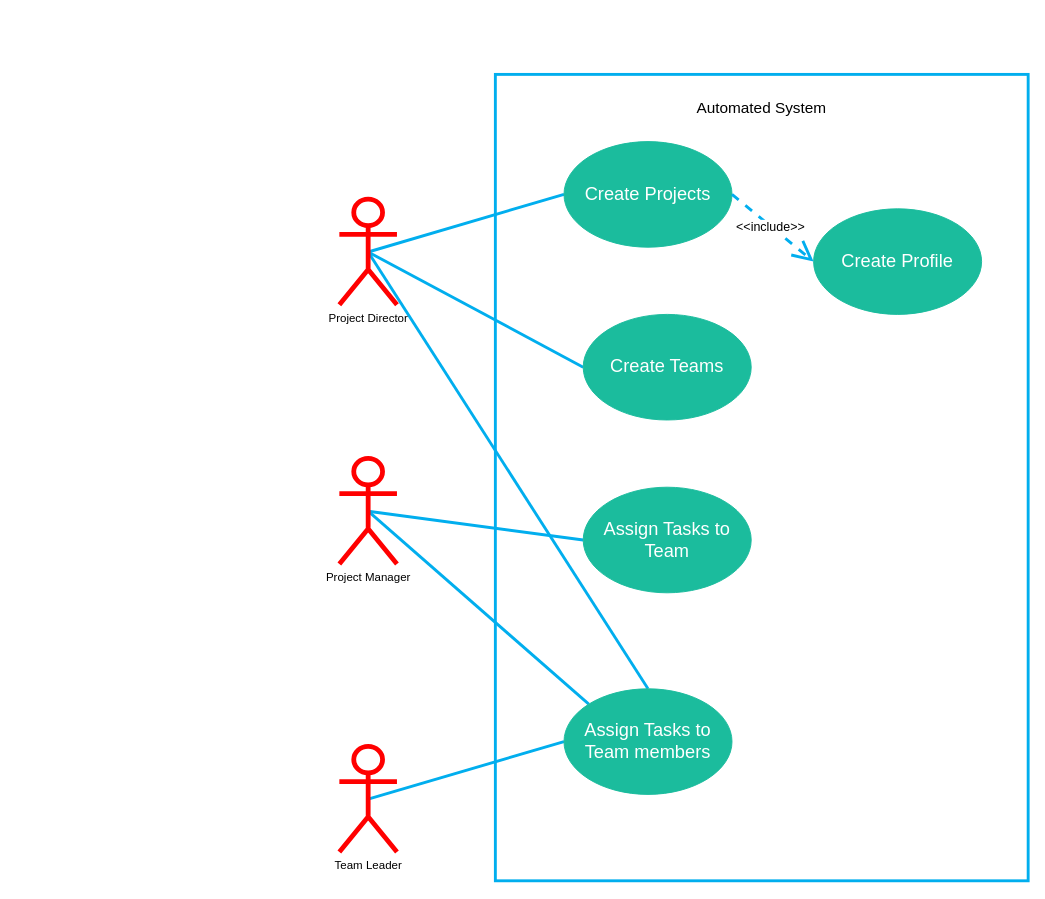
Earlier version of the draw.io diagram page "3" (3 of 4) of flowchartfinals.drawio (itsmerims/flowcharts). Source tidied: cells renumbered, new cells numbered last; positions are measured from the earlier drawing's top-left corner, leaving out a move shared by most shapes. Both pictures are drawn from the tidied source at 96%, with x=0, y=0 at pixel (339, 74).
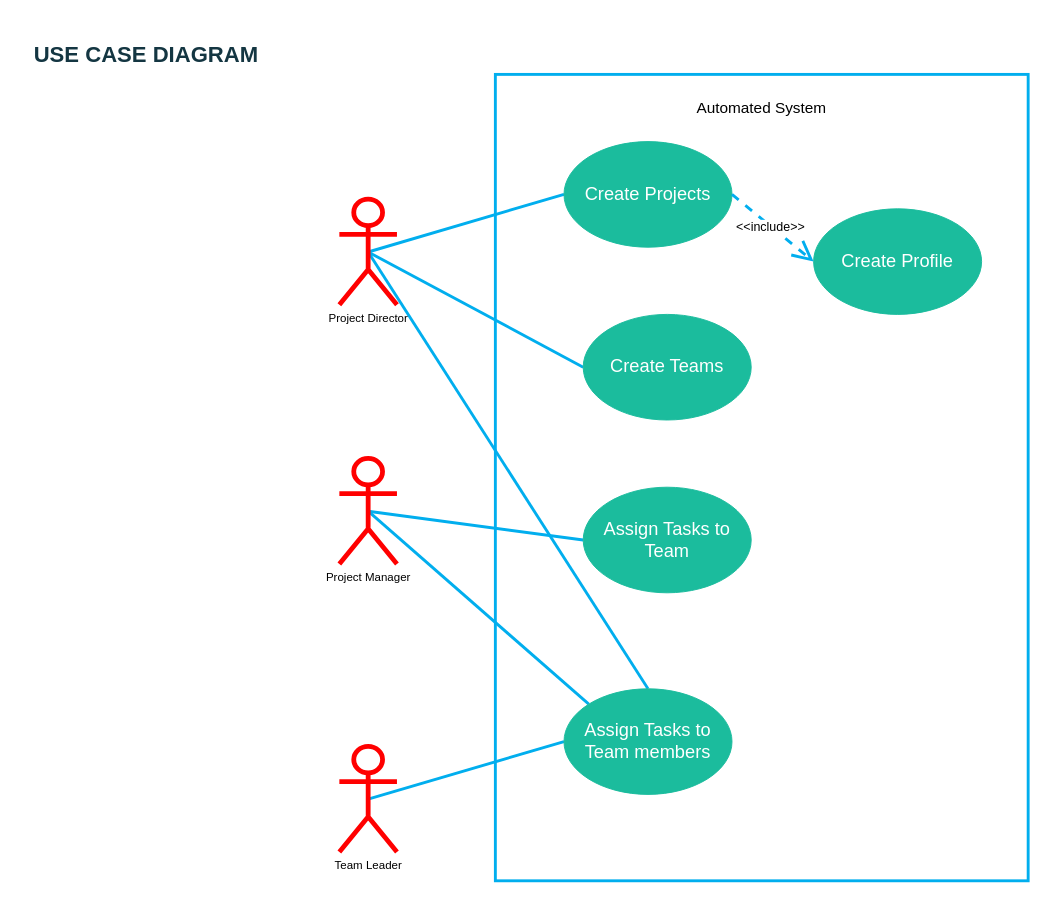
After the change.

Diff of the diagram source:
```diff
@@
 <mxGraphModel>
   <root>
     <mxCell id="0" />
     <mxCell id="1" parent="0" />
     <mxCell id="2" style="rounded=0;whiteSpace=wrap;html=1;fillColor=none;fontSize=11;strokeColor=#01aeee;strokeWidth=3;labelBackgroundColor=#2a2a2a;endArrow=classic;" parent="1" vertex="1">
       <mxGeometry x="162.5" width="555" height="840" as="geometry" />
     </mxCell>
     <mxCell id="3" style="jettySize=auto;html=1;exitX=0.5;exitY=0.5;exitDx=0;exitDy=0;exitPerimeter=0;entryX=0;entryY=0.5;entryDx=0;entryDy=0;strokeWidth=3;strokeColor=#01aeee;rounded=0;endArrow=none;endFill=0;" parent="1" edge="1" source="6" target="12">
       <mxGeometry relative="1" as="geometry" />
     </mxCell>
     <mxCell id="4" style="edgeStyle=none;rounded=0;jettySize=auto;html=1;exitX=0.5;exitY=0.5;exitDx=0;exitDy=0;exitPerimeter=0;entryX=0;entryY=0.5;entryDx=0;entryDy=0;strokeWidth=3;strokeColor=#01aeee;endFill=0;endArrow=none;" parent="1" edge="1" source="6" target="13">
       <mxGeometry relative="1" as="geometry" />
     </mxCell>
     <mxCell id="5" style="edgeStyle=none;rounded=0;jettySize=auto;html=1;exitX=0.5;exitY=0.5;exitDx=0;exitDy=0;exitPerimeter=0;entryX=0.5;entryY=0;entryDx=0;entryDy=0;strokeWidth=3;strokeColor=#01aeee;endFill=0;endArrow=none;" parent="1" edge="1" source="6" target="15">
       <mxGeometry relative="1" as="geometry" />
     </mxCell>
     <mxCell id="6" value="Project Director" style="shape=umlActor;verticalLabelPosition=bottom;verticalAlign=top;html=1;fillColor=default;strokeColor=#FF0000;strokeWidth=5;" parent="1" vertex="1">
       <mxGeometry y="130" width="60" height="110" as="geometry" />
     </mxCell>
     <mxCell id="7" style="edgeStyle=none;rounded=0;jettySize=auto;html=1;exitX=0.5;exitY=0.5;exitDx=0;exitDy=0;exitPerimeter=0;entryX=0;entryY=0.5;entryDx=0;entryDy=0;strokeWidth=3;strokeColor=#01aeee;endFill=0;endArrow=none;" parent="1" edge="1" source="9" target="14">
       <mxGeometry relative="1" as="geometry" />
     </mxCell>
     <mxCell id="8" style="edgeStyle=none;rounded=0;jettySize=auto;html=1;exitX=0.5;exitY=0.5;exitDx=0;exitDy=0;exitPerimeter=0;entryX=0;entryY=0;entryDx=0;entryDy=0;strokeWidth=3;strokeColor=#01aeee;endFill=0;endArrow=none;" parent="1" edge="1" source="9" target="15">
       <mxGeometry relative="1" as="geometry" />
     </mxCell>
     <mxCell id="9" value="Project Manager" style="shape=umlActor;verticalLabelPosition=bottom;verticalAlign=top;html=1;strokeColor=#FF0000;strokeWidth=5;fillColor=default;" parent="1" vertex="1">
       <mxGeometry y="400" width="60" height="110" as="geometry" />
     </mxCell>
     <mxCell id="10" style="edgeStyle=none;rounded=0;jettySize=auto;html=1;exitX=0.5;exitY=0.5;exitDx=0;exitDy=0;exitPerimeter=0;entryX=0;entryY=0.5;entryDx=0;entryDy=0;strokeWidth=3;strokeColor=#01aeee;endFill=0;endArrow=none;" parent="1" edge="1" source="11" target="15">
       <mxGeometry relative="1" as="geometry" />
     </mxCell>
     <mxCell id="11" value="Team Leader" style="shape=umlActor;verticalLabelPosition=bottom;verticalAlign=top;html=1;strokeColor=#FF0000;strokeWidth=5;fillColor=default;" parent="1" vertex="1">
       <mxGeometry y="700" width="60" height="110" as="geometry" />
     </mxCell>
     <mxCell id="12" value="Create Projects" style="ellipse;whiteSpace=wrap;html=1;fillColor=#1bbc9d;strokeColor=#1BBC9D;fontColor=#FFFFFF;fontSize=19;" parent="1" vertex="1">
       <mxGeometry x="234" y="70" width="175" height="110" as="geometry" />
     </mxCell>
     <mxCell id="13" value="Create Teams" style="ellipse;whiteSpace=wrap;html=1;fillColor=#1bbc9d;fontSize=19;fontColor=#FFFFFF;strokeColor=#1BBC9D;" parent="1" vertex="1">
       <mxGeometry x="254" y="250" width="175" height="110" as="geometry" />
     </mxCell>
     <mxCell id="14" value="Assign Tasks to Team" style="ellipse;whiteSpace=wrap;html=1;fillColor=#1bbc9d;fontSize=19;fontColor=#FFFFFF;strokeColor=#1BBC9D;" parent="1" vertex="1">
       <mxGeometry x="254" y="430" width="175" height="110" as="geometry" />
     </mxCell>
     <mxCell id="15" value="Assign Tasks to Team members" style="ellipse;whiteSpace=wrap;html=1;fillColor=#1bbc9d;fontSize=19;fontColor=#FFFFFF;strokeColor=#1BBC9D;" parent="1" vertex="1">
       <mxGeometry x="234" y="640" width="175" height="110" as="geometry" />
     </mxCell>
     <mxCell id="16" value="Create Profile" style="ellipse;whiteSpace=wrap;html=1;fillColor=#1bbc9d;fontSize=19;fontColor=#FFFFFF;strokeColor=#1BBC9D;" parent="1" vertex="1">
       <mxGeometry x="494" y="140" width="175" height="110" as="geometry" />
     </mxCell>
     <mxCell id="17" value="&amp;lt;&amp;lt;include&amp;gt;&amp;gt;" style="endArrow=open;endSize=16;endFill=0;html=1;entryX=0;entryY=0.5;entryDx=0;entryDy=0;exitX=1;exitY=0.5;exitDx=0;exitDy=0;strokeWidth=3;strokeColor=#01aeee;fontSize=13;dashed=1;" parent="1" edge="1" source="12" target="16">
       <mxGeometry x="-0.03" y="-1" relative="1" as="geometry" />
     </mxCell>
     <mxCell id="18" value="Automated System" style="text;html=1;strokeColor=none;fillColor=none;align=center;verticalAlign=middle;whiteSpace=wrap;rounded=0;fontSize=16;fontColor=#000000;" parent="1" vertex="1">
       <mxGeometry x="325" y="20" width="230" height="30" as="geometry" />
     </mxCell>
+    <mxCell id="19" value="USE CASE DIAGRAM" style="text;html=1;strokeColor=none;fillColor=none;align=center;verticalAlign=middle;whiteSpace=wrap;rounded=0;sketch=0;fontColor=#143642;fontSize=23;fontStyle=1;" parent="1" vertex="1">
+      <mxGeometry x="-336" y="-60" width="270" height="80" as="geometry" />
+    </mxCell>
   </root>
 </mxGraphModel>
```
